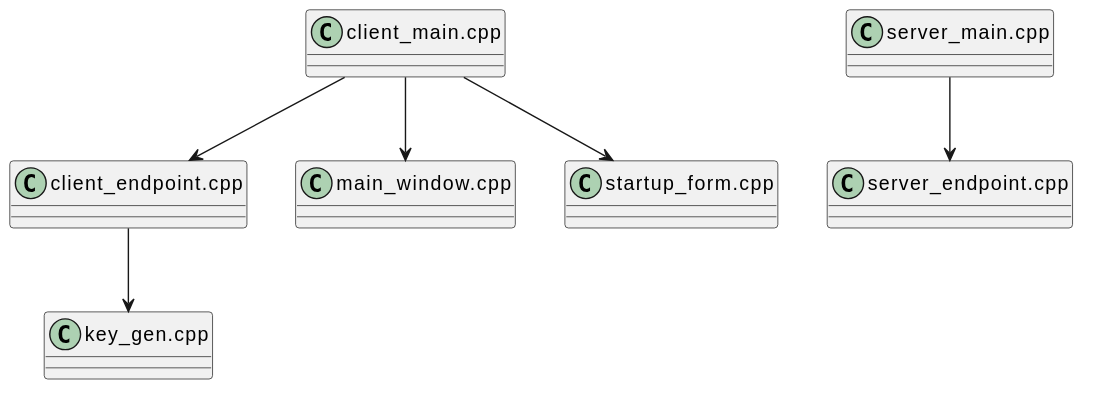
The PlantUML diagram docs/objects.svg in vaezim/cryptic-writings, before a commit. Its diagram source:
```plantuml
@startuml
class client_main as "client_main.cpp"
class server_main as "server_main.cpp"

class client_endpoint as "client_endpoint.cpp"
class server_endpoint as "server_endpoint.cpp"

class key_gen as "key_gen.cpp"

class main_window as "main_window.cpp"
class startup_form as "startup_form.cpp"

client_main --> client_endpoint
client_endpoint --> key_gen
client_main --> main_window
client_main --> startup_form

server_main --> server_endpoint
@enduml
```
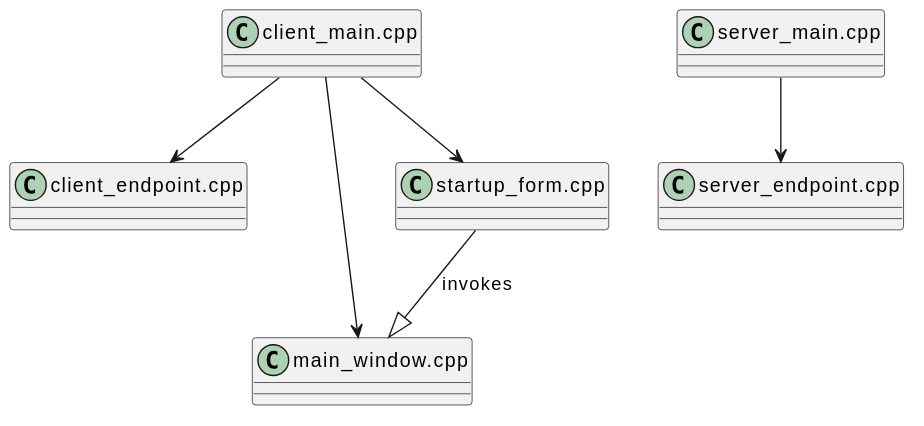
Later version of the same file.

Diff of the diagram source:
```diff
@@ -5,15 +5,13 @@
 class client_endpoint as "client_endpoint.cpp"
 class server_endpoint as "server_endpoint.cpp"
 
-class key_gen as "key_gen.cpp"
-
 class main_window as "main_window.cpp"
 class startup_form as "startup_form.cpp"
 
 client_main --> client_endpoint
-client_endpoint --> key_gen
 client_main --> main_window
 client_main --> startup_form
+startup_form --|> main_window : invokes
 
 server_main --> server_endpoint
 @enduml
```
